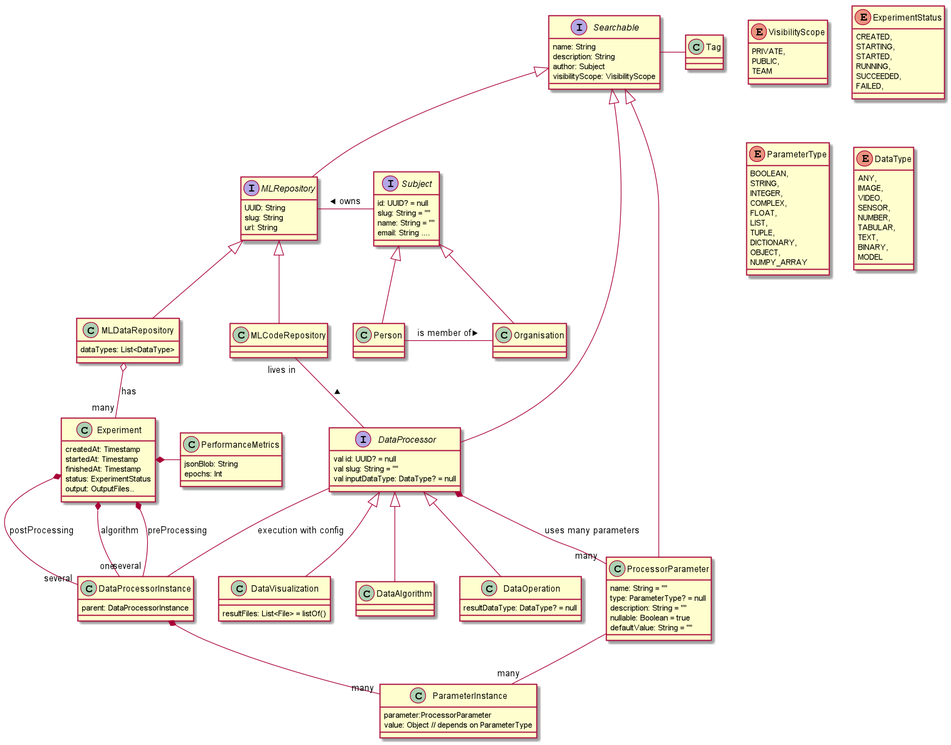
Above: docs/development/domain-model.png in MLReef/mlreef (PlantUML), before the change. Its diagram source:
```plantuml
@startuml

interface Subject {
    id: UUID? = null
    slug: String = ""
    name: String = ""
    email: String ....
}
class Person
class Organisation
enum VisibilityScope {
    PRIVATE,
    PUBLIC,
    TEAM
}
Subject <|-- Person
Subject <|-- Organisation

MLRepository - Subject : < owns
Person - Organisation : > is member of

interface Searchable {
    name: String
    description: String
    author: Subject
    visibilityScope: VisibilityScope
}

Searchable - Tag

interface MLRepository {
    UUID: String
    slug: String
    url: String
}

class MLDataRepository {
    dataTypes: List<DataType>
}
class MLCodeRepository
Searchable <|-- MLRepository
Searchable <|-- DataProcessor
Searchable <|-- ProcessorParameter
MLRepository <|-- MLCodeRepository
MLRepository <|-- MLDataRepository

enum ExperimentStatus {
    CREATED,
    STARTING,
    STARTED,
    RUNNING,
    SUCCEEDED,
    FAILED,
}

class Experiment {
    createdAt: Timestamp
    startedAt: Timestamp
    finishedAt: Timestamp
    status: ExperimentStatus
    output: OutputFiles..
}
class PerformanceMetrics {
    jsonBlob: String
    epochs: Int
}
Experiment *- PerformanceMetrics
MLDataRepository o-- "many" Experiment : "has"

interface DataProcessor {
    val id: UUID? = null
    val slug: String = ""
    val inputDataType: DataType? = null
}
class DataOperation {
   resultDataType: DataType? = null
}
class DataVisualization {
   resultFiles: List<File> = listOf()
}
DataProcessor  <|-- DataOperation
DataProcessor  <|-- DataVisualization
DataProcessor  <|-- DataAlgorithm
DataProcessor  *-- "many " ProcessorParameter : uses many parameters

MLCodeRepository  -- DataProcessor : "lives in" <
DataProcessor  - DataProcessorInstance : "execution with config"
class DataProcessorInstance {
    parent: DataProcessorInstance
}
class ParameterInstance {
    parameter:ProcessorParameter
    value: Object // depends on ParameterType
}
ProcessorParameter -- "many" ParameterInstance
Experiment *-- "several" DataProcessorInstance : preProcessing
Experiment *-- "several" DataProcessorInstance : postProcessing
Experiment *-- "one" DataProcessorInstance : algorithm
DataProcessorInstance *- "many" ParameterInstance

class ProcessorParameter {
    name: String = ""
    type: ParameterType? = null
    description: String = ""
    nullable: Boolean = true
    defaultValue: String = ""
}

enum ParameterType {
    BOOLEAN,
    STRING,
    INTEGER,
    COMPLEX,
    FLOAT,
    LIST,
    TUPLE,
    DICTIONARY,
    OBJECT,
    NUMPY_ARRAY
}

enum DataType {
    ANY,
    IMAGE,
    VIDEO,
    SENSOR,
    NUMBER,
    TABULAR,
    TEXT,
    BINARY,
    MODEL
}

@enduml
```
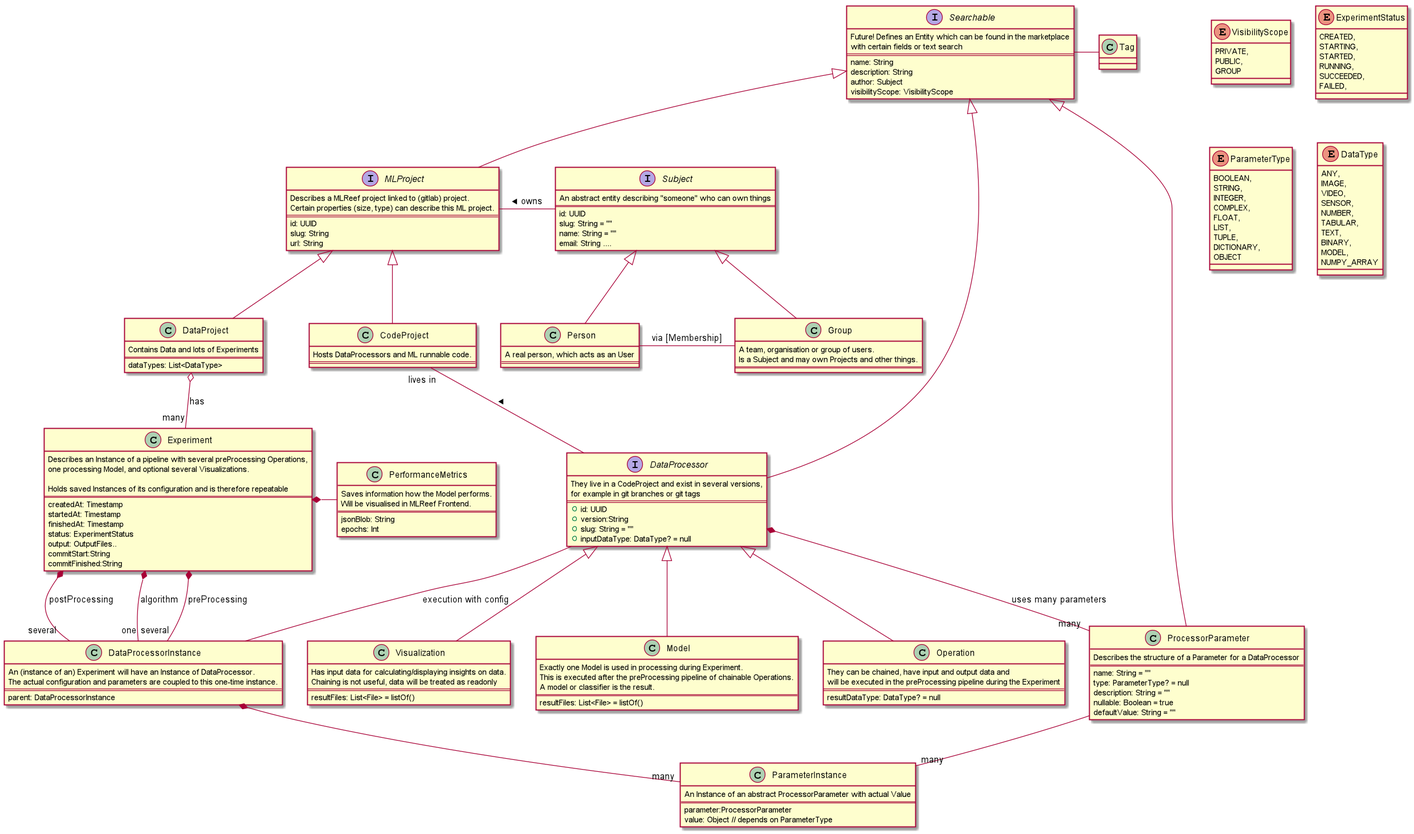
The same file after the commit.

Commit message:
Add description to data models

Diff of the diagram source:
```diff
@@ -1,25 +1,37 @@
 @startuml
 
 interface Subject {
-    id: UUID? = null
+    An abstract entity describing "someone" who can own things
+    ==
+    id: UUID
     slug: String = ""
     name: String = ""
     email: String ....
 }
-class Person
-class Organisation
+class Person {
+    A real person, which acts as an User
+    ==
+}
+class Group {
+    A team, organisation or group of users.
+    Is a Subject and may own Projects and other things.
+    ==
+}
 enum VisibilityScope {
     PRIVATE,
     PUBLIC,
-    TEAM
+    GROUP
 }
 Subject <|-- Person
-Subject <|-- Organisation
+Subject <|-- Group
+Person - Group: via [Membership]
 
-MLRepository - Subject : < owns
-Person - Organisation : > is member of
+MLProject - Subject : < owns
 
 interface Searchable {
+    Future! Defines an Entity which can be found in the marketplace
+    with certain fields or text search
+    ==
     name: String
     description: String
     author: Subject
@@ -28,21 +40,29 @@
 
 Searchable - Tag
 
-interface MLRepository {
-    UUID: String
+interface MLProject {
+    Describes a MLReef project linked to (gitlab) project.
+    Certain properties (size, type) can describe this ML project.
+    ==
+    id: UUID
     slug: String
     url: String
 }
 
-class MLDataRepository {
+class DataProject {
+    Contains Data and lots of Experiments
+    ==
     dataTypes: List<DataType>
 }
-class MLCodeRepository
-Searchable <|-- MLRepository
+class CodeProject {
+    Hosts DataProcessors and ML runnable code.
+    ==
+}
+Searchable <|-- MLProject
 Searchable <|-- DataProcessor
 Searchable <|-- ProcessorParameter
-MLRepository <|-- MLCodeRepository
-MLRepository <|-- MLDataRepository
+MLProject <|-- CodeProject
+MLProject <|-- DataProject
 
 enum ExperimentStatus {
     CREATED,
@@ -54,41 +74,74 @@
 }
 
 class Experiment {
+    Describes an Instance of a pipeline with several preProcessing Operations,
+    one processing Model, and optional several Visualizations.
+
+    Holds saved Instances of its configuration and is therefore repeatable
+    ==
     createdAt: Timestamp
     startedAt: Timestamp
     finishedAt: Timestamp
     status: ExperimentStatus
     output: OutputFiles..
+    commitStart:String
+    commitFinished:String
 }
 class PerformanceMetrics {
+    Saves information how the Model performs.
+    Will be visualised in MLReef Frontend.
+    ==
     jsonBlob: String
     epochs: Int
 }
 Experiment *- PerformanceMetrics
-MLDataRepository o-- "many" Experiment : "has"
+DataProject o-- "many" Experiment : "has"
 
 interface DataProcessor {
-    val id: UUID? = null
-    val slug: String = ""
-    val inputDataType: DataType? = null
+    They live in a CodeProject and exist in several versions,
+    for example in git branches or git tags
+    ==
+    +id: UUID
+    +version:String
+    +slug: String = ""
+    +inputDataType: DataType? = null
 }
-class DataOperation {
-   resultDataType: DataType? = null
+class Operation {
+    They can be chained, have input and output data and
+    will be executed in the preProcessing pipeline during the Experiment
+    ==
+    resultDataType: DataType? = null
 }
-class DataVisualization {
-   resultFiles: List<File> = listOf()
+class Visualization {
+     Has input data for calculating/displaying insights on data.
+     Chaining is not useful, data will be treated as readonly
+     ==
+     resultFiles: List<File> = listOf()
 }
-DataProcessor  <|-- DataOperation
-DataProcessor  <|-- DataVisualization
-DataProcessor  <|-- DataAlgorithm
+
+class Model {
+    Exactly one Model is used in processing during Experiment.
+    This is executed after the preProcessing pipeline of chainable Operations.
+    A model or classifier is the result.
+    ==
+    resultFiles: List<File> = listOf()
+}
+DataProcessor  <|-- Operation
+DataProcessor  <|-- Visualization
+DataProcessor  <|-- Model
 DataProcessor  *-- "many " ProcessorParameter : uses many parameters
 
-MLCodeRepository  -- DataProcessor : "lives in" <
+CodeProject  -- DataProcessor : "lives in" <
 DataProcessor  - DataProcessorInstance : "execution with config"
 class DataProcessorInstance {
+    An (instance of an) Experiment will have an Instance of DataProcessor.
+    The actual configuration and parameters are coupled to this one-time instance.
+    ==
     parent: DataProcessorInstance
 }
 class ParameterInstance {
+    An Instance of an abstract ProcessorParameter with actual Value
+    ==
     parameter:ProcessorParameter
     value: Object // depends on ParameterType
 }
@@ -99,6 +152,8 @@
 DataProcessorInstance *- "many" ParameterInstance
 
 class ProcessorParameter {
+    Describes the structure of a Parameter for a DataProcessor
+    ==
     name: String = ""
     type: ParameterType? = null
     description: String = ""
@@ -115,8 +170,7 @@
     LIST,
     TUPLE,
     DICTIONARY,
-    OBJECT,
-    NUMPY_ARRAY
+    OBJECT
 }
 
 enum DataType {
@@ -128,7 +182,8 @@
     TABULAR,
     TEXT,
     BINARY,
-    MODEL
+    MODEL,
+    NUMPY_ARRAY
 }
 
 @enduml
```
